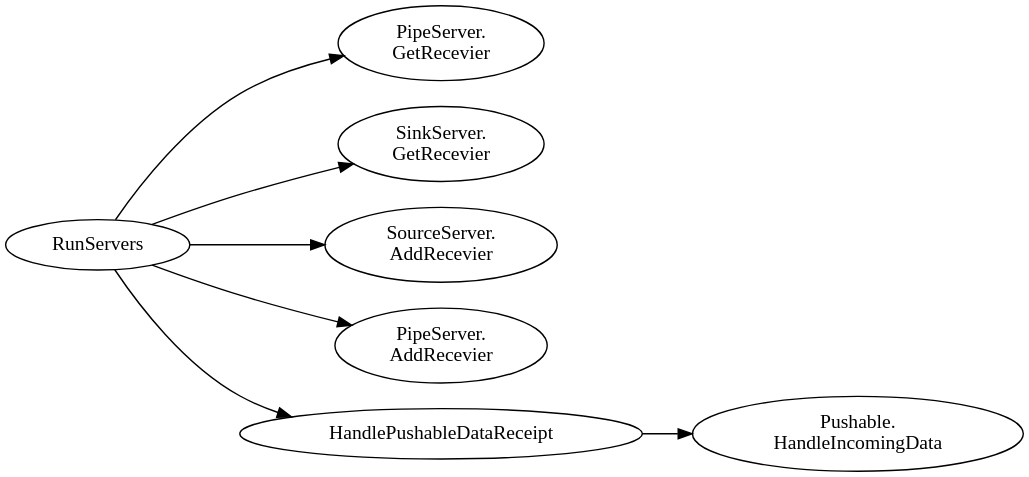
Above: docs/design_notes/DN1_JSON_Extractor/RunServers_callgraph.svg in xtuml/otel2pv (PlantUML), before the change. Its source is kept beside it as docs/design_notes/DN1_JSON_Extractor/RunServers_callgraph.puml.
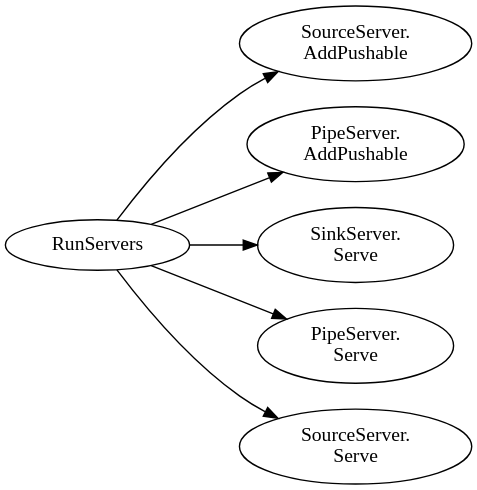
After the commit.

Change to the diagram source:
```diff
@@ -2,11 +2,10 @@
 digraph G {
     rankdir=LR
     node [style=rounded];
-    RunServers -> "PipeServer.\nGetRecevier";
-    RunServers -> "SinkServer.\nGetRecevier";
-    RunServers -> "SourceServer.\nAddRecevier";
-    RunServers -> "PipeServer.\nAddRecevier";
-    RunServers -> "HandlePushableDataReceipt";
-    "HandlePushableDataReceipt" -> "Pushable.\nHandleIncomingData";
+    RunServers -> "SourceServer.\nAddPushable";
+    RunServers -> "PipeServer.\nAddPushable";
+    RunServers -> "SinkServer.\nServe";
+    RunServers -> "PipeServer.\nServe";
+    RunServers -> "SourceServer.\nServe";
 }
 @enduml
```
